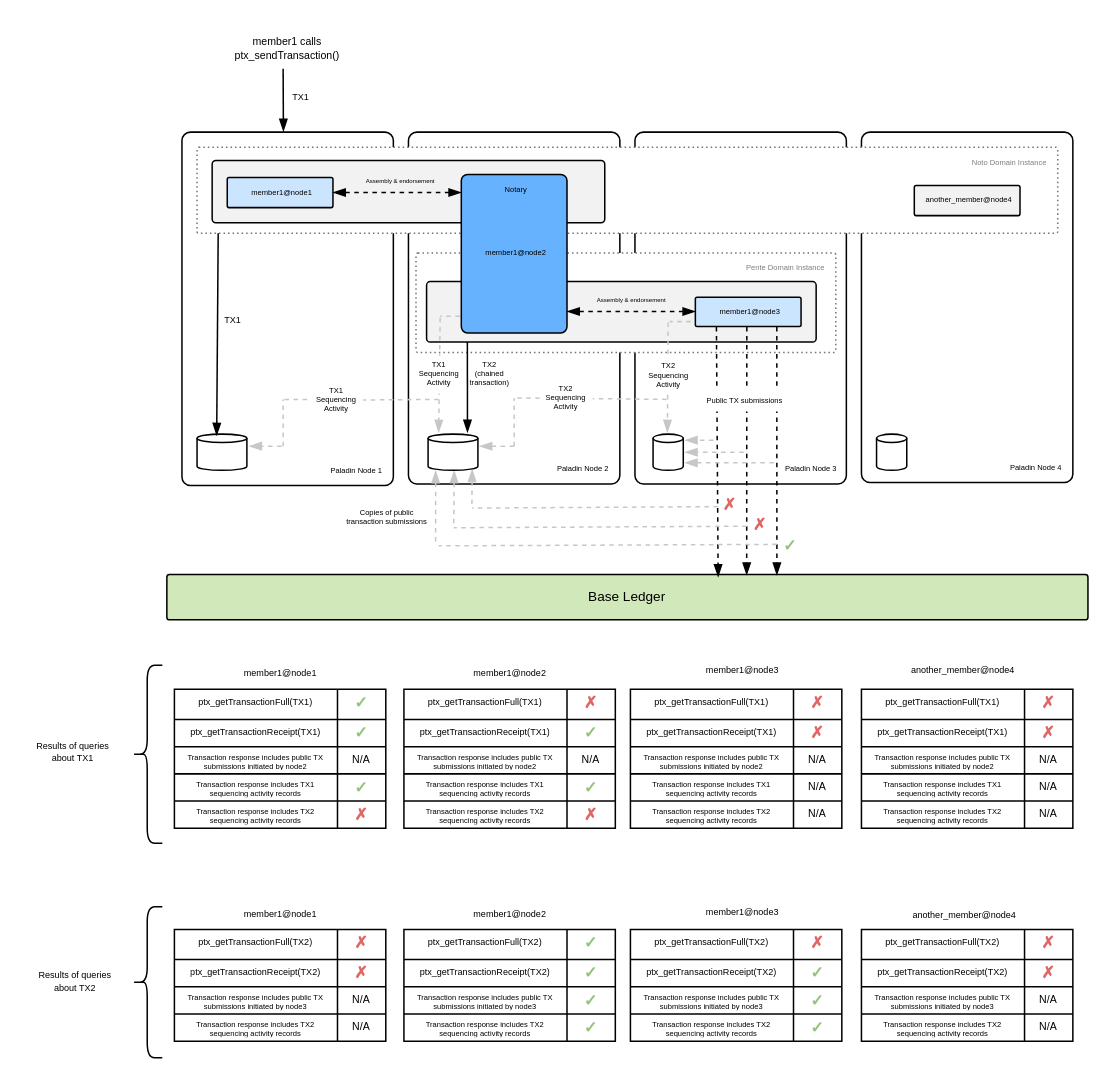
This is doc-site/docs/architecture/diagrams/paladin-node-data-flows-chained-transactions.drawio from LFDT-Paladin/paladin, a draw.io file, before an edit. Source tidied: cells renumbered, new cells numbered last; positions are measured from the earlier drawing's top-left corner, leaving out a move shared by most shapes. Both pictures are drawn from the tidied source at 151%, with x=0, y=0 at pixel (26, 26).
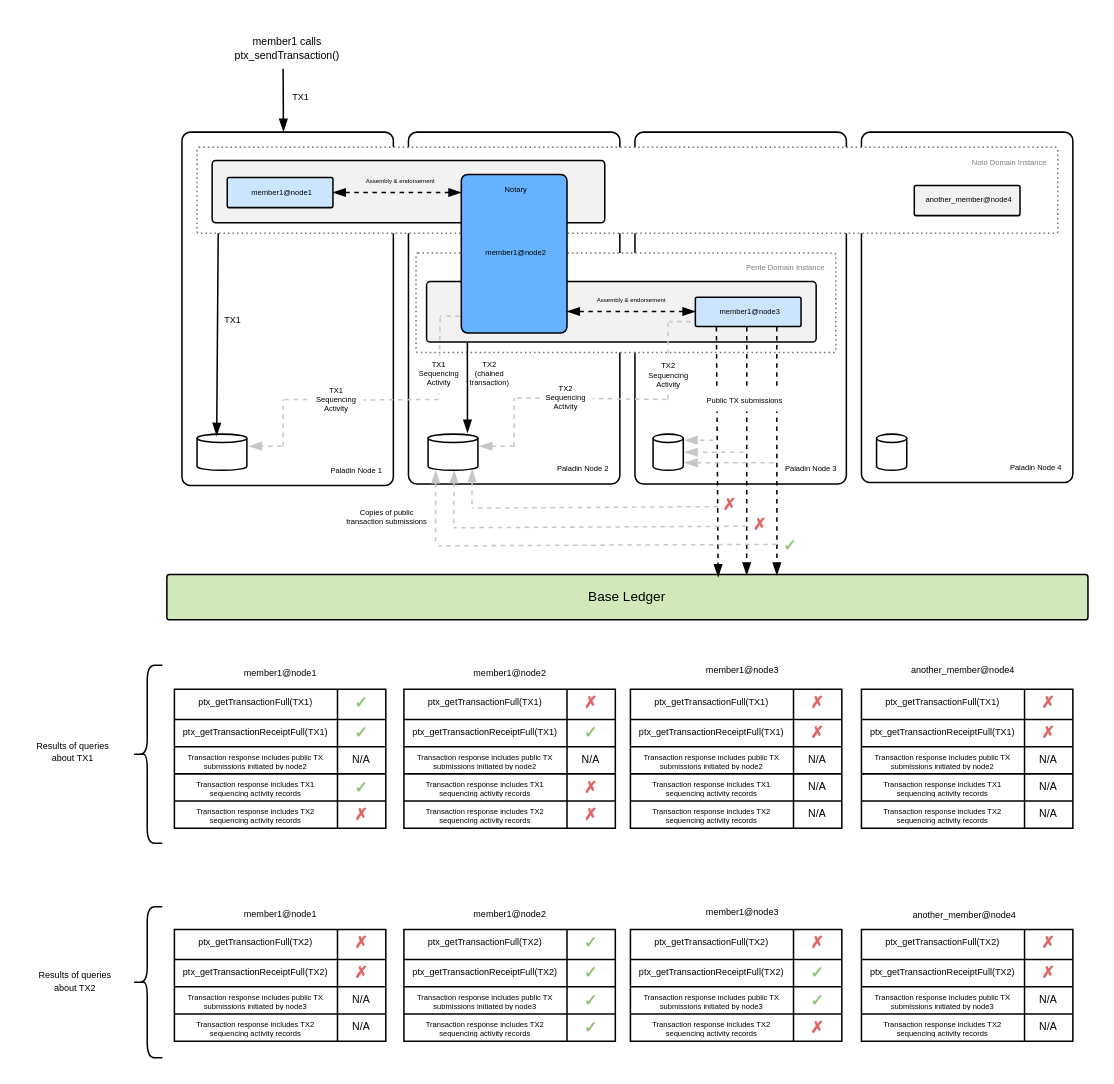
After the change.

The change refers to these unchanged cells:
```xml
<mxCell id="11" style="shape=tableRow;horizontal=0;startSize=0;swimlaneHead=0;swimlaneBody=0;strokeColor=inherit;top=0;left=0;bottom=0;right=0;fillColor=none;" parent="7" vertex="1">
  <mxGeometry y="20" width="140" height="18" as="geometry" />
</mxCell>
<mxCell id="26" style="rounded=1;whiteSpace=wrap;html=1;arcSize=6;align=center;verticalAlign=bottom;fontSize=5;spacingLeft=3;spacingBottom=3;fillColor=#F2F2F2;" parent="1" vertex="1">
  <mxGeometry x="265" y="169" width="258" height="40" as="geometry" />
</mxCell>
<mxCell id="65" style="shape=tableRow;horizontal=0;startSize=0;swimlaneHead=0;swimlaneBody=0;strokeColor=inherit;top=0;left=0;bottom=0;right=0;fillColor=none;" parent="61" vertex="1">
  <mxGeometry y="20" width="140" height="18" as="geometry" />
</mxCell>
<mxCell id="71" style="shape=tableRow;horizontal=0;startSize=0;swimlaneHead=0;swimlaneBody=0;strokeColor=inherit;top=0;left=0;bottom=0;right=0;fillColor=none;" parent="61" vertex="1">
  <mxGeometry y="56" width="140" height="18" as="geometry" />
</mxCell>
<mxCell id="81" style="shape=tableRow;horizontal=0;startSize=0;swimlaneHead=0;swimlaneBody=0;strokeColor=inherit;top=0;left=0;bottom=0;right=0;fillColor=none;" parent="77" vertex="1">
  <mxGeometry y="20" width="140" height="18" as="geometry" />
</mxCell>
<mxCell id="97" style="shape=tableRow;horizontal=0;startSize=0;swimlaneHead=0;swimlaneBody=0;strokeColor=inherit;top=0;left=0;bottom=0;right=0;fillColor=none;" parent="93" vertex="1">
  <mxGeometry y="20" width="140" height="18" as="geometry" />
</mxCell>
<mxCell id="136" style="shape=tableRow;horizontal=0;startSize=0;swimlaneHead=0;swimlaneBody=0;strokeColor=inherit;top=0;left=0;bottom=0;right=0;fillColor=none;" parent="132" vertex="1">
  <mxGeometry y="20" width="140" height="18" as="geometry" />
</mxCell>
<mxCell id="151" style="shape=tableRow;horizontal=0;startSize=0;swimlaneHead=0;swimlaneBody=0;strokeColor=inherit;top=0;left=0;bottom=0;right=0;fillColor=none;" parent="147" vertex="1">
  <mxGeometry y="20" width="140" height="18" as="geometry" />
</mxCell>
<mxCell id="164" style="shape=tableRow;horizontal=0;startSize=0;swimlaneHead=0;swimlaneBody=0;strokeColor=inherit;top=0;left=0;bottom=0;right=0;fillColor=none;" parent="160" vertex="1">
  <mxGeometry y="20" width="140" height="18" as="geometry" />
</mxCell>
<mxCell id="170" style="shape=tableRow;horizontal=0;startSize=0;swimlaneHead=0;swimlaneBody=0;strokeColor=inherit;top=0;left=0;bottom=0;right=0;fillColor=none;" parent="160" vertex="1">
  <mxGeometry y="56" width="140" height="18" as="geometry" />
</mxCell>
<mxCell id="177" style="shape=tableRow;horizontal=0;startSize=0;swimlaneHead=0;swimlaneBody=0;strokeColor=inherit;top=0;left=0;bottom=0;right=0;fillColor=none;" parent="173" vertex="1">
  <mxGeometry y="20" width="140" height="18" as="geometry" />
</mxCell>
```

The edit, as a diff of the source:
```diff
@@
-    <mxCell id="12" value="&lt;span style=&quot;font-family: Arial, sans-serif; font-size: 6px; white-space-collapse: preserve;&quot;&gt;ptx_getTransactionReceipt(TX1)&lt;/span&gt;" style="shape=partialRectangle;html=1;whiteSpace=wrap;strokeColor=inherit;overflow=hidden;fillColor=none;top=0;left=0;bottom=0;right=0;spacingRight=2;spacingLeft=2;fontSize=5;" parent="11" vertex="1">
+    <mxCell id="12" value="&lt;span style=&quot;font-family: Arial, sans-serif; font-size: 6px; white-space-collapse: preserve;&quot;&gt;ptx_getTransactionReceiptFull(TX1)&lt;/span&gt;" style="shape=partialRectangle;html=1;whiteSpace=wrap;strokeColor=inherit;overflow=hidden;fillColor=none;top=0;left=0;bottom=0;right=0;spacingRight=2;spacingLeft=2;fontSize=5;" parent="11" vertex="1">
       <mxGeometry width="108" height="18" as="geometry" />
     </mxCell>
@@
-    <mxCell id="54" style="endArrow=blockThin;html=1;rounded=0;dashed=1;endFill=1;fillColor=#f5f5f5;strokeColor=light-dark(#c7c7c7, #959595);startArrow=none;startFill=0;" parent="1" edge="1">
+    <mxCell id="54" style="endArrow=none;html=1;rounded=0;dashed=1;endFill=0;fillColor=#f5f5f5;strokeColor=light-dark(#c7c7c7, #959595);startArrow=none;startFill=0;" parent="1" edge="1">
       <mxGeometry relative="1" as="geometry">
         <mxPoint x="274" y="193" as="sourcePoint" />
-        <mxPoint x="273" y="269" as="targetPoint" />
+        <mxPoint x="273" y="247" as="targetPoint" />
       </mxGeometry>
     </mxCell>
@@
-    <mxCell id="66" value="&lt;span style=&quot;font-family: Arial, sans-serif; font-size: 6px; white-space-collapse: preserve;&quot;&gt;ptx_getTransactionReceipt&lt;/span&gt;&lt;span style=&quot;font-family: Arial, sans-serif; font-size: 6px; white-space-collapse: preserve;&quot;&gt;(TX1)&lt;/span&gt;" style="shape=partialRectangle;html=1;whiteSpace=wrap;strokeColor=inherit;overflow=hidden;fillColor=none;top=0;left=0;bottom=0;right=0;spacingRight=2;spacingLeft=2;fontSize=5;" parent="65" vertex="1">
+    <mxCell id="66" value="&lt;span style=&quot;font-family: Arial, sans-serif; font-size: 6px; white-space-collapse: preserve;&quot;&gt;ptx_getTransactionReceiptFull&lt;/span&gt;&lt;span style=&quot;font-family: Arial, sans-serif; font-size: 6px; white-space-collapse: preserve;&quot;&gt;(TX1)&lt;/span&gt;" style="shape=partialRectangle;html=1;whiteSpace=wrap;strokeColor=inherit;overflow=hidden;fillColor=none;top=0;left=0;bottom=0;right=0;spacingRight=2;spacingLeft=2;fontSize=5;" parent="65" vertex="1">
       <mxGeometry width="108" height="18" as="geometry" />
     </mxCell>
@@
-    <mxCell id="73" value="&lt;span style=&quot;color: rgb(147, 196, 125); font-family: Arial, sans-serif; font-size: 10.6667px; font-weight: 700; white-space-collapse: preserve;&quot;&gt;✓&lt;/span&gt;" style="shape=partialRectangle;html=1;whiteSpace=wrap;strokeColor=inherit;overflow=hidden;fillColor=none;top=0;left=0;bottom=0;right=0;spacingRight=2;spacingLeft=2;fontSize=5;" parent="71" vertex="1">
+    <mxCell id="73" value="&lt;span style=&quot;color: rgb(224, 102, 102); font-family: Arial, sans-serif; font-size: 10.6667px; font-weight: 700; white-space-collapse: preserve;&quot;&gt;✗&lt;/span&gt;" style="shape=partialRectangle;html=1;whiteSpace=wrap;strokeColor=inherit;overflow=hidden;fillColor=none;top=0;left=0;bottom=0;right=0;spacingRight=2;spacingLeft=2;fontSize=5;" parent="71" vertex="1">
       <mxGeometry x="108" width="32" height="18" as="geometry" />
     </mxCell>
@@
-    <mxCell id="82" value="&lt;span style=&quot;font-family: Arial, sans-serif; font-size: 6px; white-space-collapse: preserve;&quot;&gt;ptx_getTransactionReceipt&lt;/span&gt;&lt;span style=&quot;font-family: Arial, sans-serif; font-size: 6px; white-space-collapse: preserve;&quot;&gt;(TX1)&lt;/span&gt;" style="shape=partialRectangle;html=1;whiteSpace=wrap;strokeColor=inherit;overflow=hidden;fillColor=none;top=0;left=0;bottom=0;right=0;spacingRight=2;spacingLeft=2;fontSize=5;" parent="81" vertex="1">
+    <mxCell id="82" value="&lt;span style=&quot;font-family: Arial, sans-serif; font-size: 6px; white-space-collapse: preserve;&quot;&gt;ptx_getTransactionReceipt&lt;/span&gt;&lt;span style=&quot;font-family: Arial, sans-serif; font-size: 6px; white-space-collapse: preserve;&quot;&gt;Full&lt;/span&gt;&lt;span style=&quot;font-family: Arial, sans-serif; font-size: 6px; white-space-collapse: preserve;&quot;&gt;(TX1)&lt;/span&gt;" style="shape=partialRectangle;html=1;whiteSpace=wrap;strokeColor=inherit;overflow=hidden;fillColor=none;top=0;left=0;bottom=0;right=0;spacingRight=2;spacingLeft=2;fontSize=5;" parent="81" vertex="1">
       <mxGeometry width="108" height="18" as="geometry" />
     </mxCell>
@@
-    <mxCell id="98" value="&lt;span style=&quot;font-family: Arial, sans-serif; font-size: 6px; white-space-collapse: preserve;&quot;&gt;ptx_getTransactionReceipt&lt;/span&gt;&lt;span style=&quot;font-family: Arial, sans-serif; font-size: 6px; white-space-collapse: preserve;&quot;&gt;(TX1)&lt;/span&gt;" style="shape=partialRectangle;html=1;whiteSpace=wrap;strokeColor=inherit;overflow=hidden;fillColor=none;top=0;left=0;bottom=0;right=0;spacingRight=2;spacingLeft=2;fontSize=5;" parent="97" vertex="1">
+    <mxCell id="98" value="&lt;span style=&quot;font-family: Arial, sans-serif; font-size: 6px; white-space-collapse: preserve;&quot;&gt;ptx_getTransactionReceipt&lt;/span&gt;&lt;span style=&quot;font-family: Arial, sans-serif; font-size: 6px; white-space-collapse: preserve;&quot;&gt;Full&lt;/span&gt;&lt;span style=&quot;font-family: Arial, sans-serif; font-size: 6px; white-space-collapse: preserve;&quot;&gt;(TX1)&lt;/span&gt;" style="shape=partialRectangle;html=1;whiteSpace=wrap;strokeColor=inherit;overflow=hidden;fillColor=none;top=0;left=0;bottom=0;right=0;spacingRight=2;spacingLeft=2;fontSize=5;" parent="97" vertex="1">
       <mxGeometry width="108" height="18" as="geometry" />
     </mxCell>
@@
-    <mxCell id="122" style="endArrow=blockThin;html=1;rounded=0;dashed=1;endFill=1;fillColor=#f5f5f5;strokeColor=light-dark(#c7c7c7, #959595);startArrow=none;startFill=0;exitX=0.62;exitY=0.675;exitDx=0;exitDy=0;exitPerimeter=0;" parent="1" edge="1" source="26">
+    <mxCell id="122" style="endArrow=none;html=1;rounded=0;dashed=1;endFill=0;fillColor=#f5f5f5;strokeColor=light-dark(#c7c7c7, #959595);startArrow=none;startFill=0;exitX=0.62;exitY=0.675;exitDx=0;exitDy=0;exitPerimeter=0;" parent="1" edge="1" source="26">
       <mxGeometry relative="1" as="geometry">
-        <mxPoint x="424.5" y="269" as="targetPoint" />
+        <mxPoint x="425" y="247" as="targetPoint" />
       </mxGeometry>
     </mxCell>
@@
-    <mxCell id="137" value="&lt;span style=&quot;font-family: Arial, sans-serif; font-size: 6px; white-space-collapse: preserve;&quot;&gt;ptx_getTransactionReceipt(&lt;/span&gt;&lt;span style=&quot;font-family: Arial, sans-serif; font-size: 6px; white-space-collapse: preserve;&quot;&gt;TX2&lt;/span&gt;&lt;span style=&quot;font-family: Arial, sans-serif; font-size: 6px; white-space-collapse: preserve;&quot;&gt;)&lt;/span&gt;" style="shape=partialRectangle;html=1;whiteSpace=wrap;strokeColor=inherit;overflow=hidden;fillColor=none;top=0;left=0;bottom=0;right=0;spacingRight=2;spacingLeft=2;fontSize=5;" parent="136" vertex="1">
+    <mxCell id="137" value="&lt;span style=&quot;font-family: Arial, sans-serif; font-size: 6px; white-space-collapse: preserve;&quot;&gt;ptx_getTransactionReceipt&lt;/span&gt;&lt;span style=&quot;font-family: Arial, sans-serif; font-size: 6px; white-space-collapse: preserve;&quot;&gt;Full&lt;/span&gt;&lt;span style=&quot;font-family: Arial, sans-serif; font-size: 6px; white-space-collapse: preserve;&quot;&gt;(&lt;/span&gt;&lt;span style=&quot;font-family: Arial, sans-serif; font-size: 6px; white-space-collapse: preserve;&quot;&gt;TX2&lt;/span&gt;&lt;span style=&quot;font-family: Arial, sans-serif; font-size: 6px; white-space-collapse: preserve;&quot;&gt;)&lt;/span&gt;" style="shape=partialRectangle;html=1;whiteSpace=wrap;strokeColor=inherit;overflow=hidden;fillColor=none;top=0;left=0;bottom=0;right=0;spacingRight=2;spacingLeft=2;fontSize=5;" parent="136" vertex="1">
       <mxGeometry width="108" height="18" as="geometry" />
     </mxCell>
@@
-    <mxCell id="152" value="&lt;span style=&quot;font-family: Arial, sans-serif; font-size: 6px; white-space-collapse: preserve;&quot;&gt;ptx_getTransactionReceipt(&lt;/span&gt;&lt;span style=&quot;font-family: Arial, sans-serif; font-size: 6px; white-space-collapse: preserve;&quot;&gt;TX2&lt;/span&gt;&lt;span style=&quot;font-family: Arial, sans-serif; font-size: 6px; white-space-collapse: preserve;&quot;&gt;)&lt;/span&gt;" style="shape=partialRectangle;html=1;whiteSpace=wrap;strokeColor=inherit;overflow=hidden;fillColor=none;top=0;left=0;bottom=0;right=0;spacingRight=2;spacingLeft=2;fontSize=5;" parent="151" vertex="1">
+    <mxCell id="152" value="&lt;span style=&quot;font-family: Arial, sans-serif; font-size: 6px; white-space-collapse: preserve;&quot;&gt;ptx_getTransactionReceipt&lt;/span&gt;&lt;span style=&quot;font-family: Arial, sans-serif; font-size: 6px; white-space-collapse: preserve;&quot;&gt;Full&lt;/span&gt;&lt;span style=&quot;font-family: Arial, sans-serif; font-size: 6px; white-space-collapse: preserve;&quot;&gt;(&lt;/span&gt;&lt;span style=&quot;font-family: Arial, sans-serif; font-size: 6px; white-space-collapse: preserve;&quot;&gt;TX2&lt;/span&gt;&lt;span style=&quot;font-family: Arial, sans-serif; font-size: 6px; white-space-collapse: preserve;&quot;&gt;)&lt;/span&gt;" style="shape=partialRectangle;html=1;whiteSpace=wrap;strokeColor=inherit;overflow=hidden;fillColor=none;top=0;left=0;bottom=0;right=0;spacingRight=2;spacingLeft=2;fontSize=5;" parent="151" vertex="1">
       <mxGeometry width="108" height="18" as="geometry" />
     </mxCell>
@@
-    <mxCell id="165" value="&lt;span style=&quot;font-family: Arial, sans-serif; font-size: 6px; white-space-collapse: preserve;&quot;&gt;ptx_getTransactionReceipt(&lt;/span&gt;&lt;span style=&quot;font-family: Arial, sans-serif; font-size: 6px; white-space-collapse: preserve;&quot;&gt;TX2&lt;/span&gt;&lt;span style=&quot;font-family: Arial, sans-serif; font-size: 6px; white-space-collapse: preserve;&quot;&gt;)&lt;/span&gt;" style="shape=partialRectangle;html=1;whiteSpace=wrap;strokeColor=inherit;overflow=hidden;fillColor=none;top=0;left=0;bottom=0;right=0;spacingRight=2;spacingLeft=2;fontSize=5;" parent="164" vertex="1">
+    <mxCell id="165" value="&lt;span style=&quot;font-family: Arial, sans-serif; font-size: 6px; white-space-collapse: preserve;&quot;&gt;ptx_getTransactionReceipt&lt;/span&gt;&lt;span style=&quot;font-family: Arial, sans-serif; font-size: 6px; white-space-collapse: preserve;&quot;&gt;Full&lt;/span&gt;&lt;span style=&quot;font-family: Arial, sans-serif; font-size: 6px; white-space-collapse: preserve;&quot;&gt;(&lt;/span&gt;&lt;span style=&quot;font-family: Arial, sans-serif; font-size: 6px; white-space-collapse: preserve;&quot;&gt;TX2&lt;/span&gt;&lt;span style=&quot;font-family: Arial, sans-serif; font-size: 6px; white-space-collapse: preserve;&quot;&gt;)&lt;/span&gt;" style="shape=partialRectangle;html=1;whiteSpace=wrap;strokeColor=inherit;overflow=hidden;fillColor=none;top=0;left=0;bottom=0;right=0;spacingRight=2;spacingLeft=2;fontSize=5;" parent="164" vertex="1">
       <mxGeometry width="108" height="18" as="geometry" />
     </mxCell>
@@
-    <mxCell id="172" value="&lt;span style=&quot;color: rgb(147, 196, 125); font-family: Arial, sans-serif; font-size: 10.6667px; font-weight: 700; white-space-collapse: preserve;&quot;&gt;✓&lt;/span&gt;" style="shape=partialRectangle;html=1;whiteSpace=wrap;strokeColor=inherit;overflow=hidden;fillColor=none;top=0;left=0;bottom=0;right=0;spacingRight=2;spacingLeft=2;fontSize=5;" parent="170" vertex="1">
+    <mxCell id="172" value="&lt;span style=&quot;color: rgb(224, 102, 102); font-family: Arial, sans-serif; font-size: 10.6667px; font-weight: 700; white-space-collapse: preserve;&quot;&gt;✗&lt;/span&gt;" style="shape=partialRectangle;html=1;whiteSpace=wrap;strokeColor=inherit;overflow=hidden;fillColor=none;top=0;left=0;bottom=0;right=0;spacingRight=2;spacingLeft=2;fontSize=5;" parent="170" vertex="1">
       <mxGeometry x="108" width="32" height="18" as="geometry" />
     </mxCell>
@@
-    <mxCell id="178" value="&lt;span style=&quot;font-family: Arial, sans-serif; font-size: 6px; white-space-collapse: preserve;&quot;&gt;ptx_getTransactionReceipt(&lt;/span&gt;&lt;span style=&quot;font-family: Arial, sans-serif; font-size: 6px; white-space-collapse: preserve;&quot;&gt;TX2&lt;/span&gt;&lt;span style=&quot;font-family: Arial, sans-serif; font-size: 6px; white-space-collapse: preserve;&quot;&gt;)&lt;/span&gt;" style="shape=partialRectangle;html=1;whiteSpace=wrap;strokeColor=inherit;overflow=hidden;fillColor=none;top=0;left=0;bottom=0;right=0;spacingRight=2;spacingLeft=2;fontSize=5;" parent="177" vertex="1">
+    <mxCell id="178" value="&lt;span style=&quot;font-family: Arial, sans-serif; font-size: 6px; white-space-collapse: preserve;&quot;&gt;ptx_getTransactionReceipt&lt;/span&gt;&lt;span style=&quot;font-family: Arial, sans-serif; font-size: 6px; white-space-collapse: preserve;&quot;&gt;Full&lt;/span&gt;&lt;span style=&quot;font-family: Arial, sans-serif; font-size: 6px; white-space-collapse: preserve;&quot;&gt;(&lt;/span&gt;&lt;span style=&quot;font-family: Arial, sans-serif; font-size: 6px; white-space-collapse: preserve;&quot;&gt;TX2&lt;/span&gt;&lt;span style=&quot;font-family: Arial, sans-serif; font-size: 6px; white-space-collapse: preserve;&quot;&gt;)&lt;/span&gt;" style="shape=partialRectangle;html=1;whiteSpace=wrap;strokeColor=inherit;overflow=hidden;fillColor=none;top=0;left=0;bottom=0;right=0;spacingRight=2;spacingLeft=2;fontSize=5;" parent="177" vertex="1">
       <mxGeometry width="108" height="18" as="geometry" />
     </mxCell>
```
